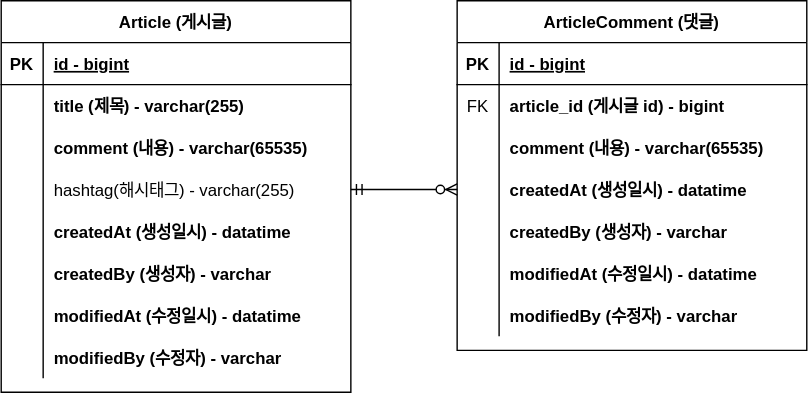
taehyeon0/board keeps this draw.io diagram as document/project-board-erd.svg. Above is the earlier version. Source tidied: cells renumbered, new cells last; positions are measured from the earlier drawing's top-left corner, leaving out a move shared by most shapes.
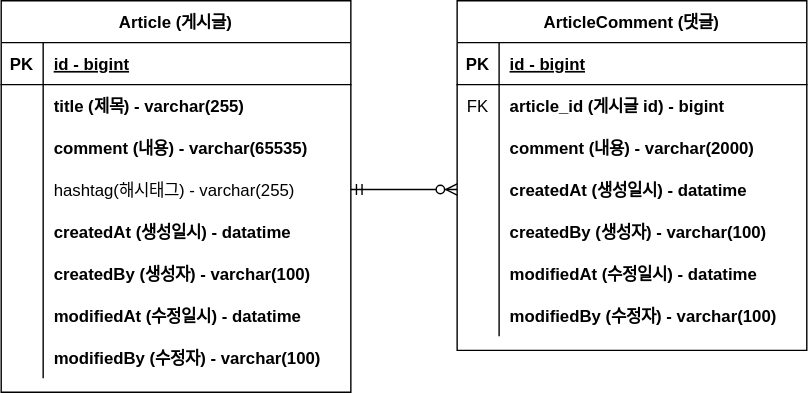
The same file after the commit.

Diff of the diagram source:
```diff
@@ -56,7 +56,7 @@
     <mxCell id="19" style="shape=partialRectangle;overflow=hidden;fillColor=none;top=0;left=0;bottom=0;right=0;" parent="18" vertex="1">
       <mxGeometry width="30" height="30" as="geometry" />
     </mxCell>
-    <mxCell id="20" value="createdBy (생성자) - varchar" style="shape=partialRectangle;overflow=hidden;fillColor=none;top=0;left=0;bottom=0;right=0;align=left;spacingLeft=6;fontStyle=1;" parent="18" vertex="1">
+    <mxCell id="20" value="createdBy (생성자) - varchar(100)" style="shape=partialRectangle;overflow=hidden;fillColor=none;top=0;left=0;bottom=0;right=0;align=left;spacingLeft=6;fontStyle=1;" parent="18" vertex="1">
       <mxGeometry x="30" width="220" height="30" as="geometry" />
     </mxCell>
     <mxCell id="21" style="shape=partialRectangle;fillColor=none;top=0;left=0;right=0;bottom=0;" parent="2" vertex="1">
@@ -74,7 +74,7 @@
     <mxCell id="25" style="shape=partialRectangle;overflow=hidden;fillColor=none;top=0;left=0;bottom=0;right=0;" parent="24" vertex="1">
       <mxGeometry width="30" height="30" as="geometry" />
     </mxCell>
-    <mxCell id="26" value="modifiedBy (수정자) - varchar" style="shape=partialRectangle;overflow=hidden;fillColor=none;top=0;left=0;bottom=0;right=0;align=left;spacingLeft=6;fontStyle=1;" parent="24" vertex="1">
+    <mxCell id="26" value="modifiedBy (수정자) - varchar(100)" style="shape=partialRectangle;overflow=hidden;fillColor=none;top=0;left=0;bottom=0;right=0;align=left;spacingLeft=6;fontStyle=1;" parent="24" vertex="1">
       <mxGeometry x="30" width="220" height="30" as="geometry" />
     </mxCell>
     <mxCell id="27" value="ArticleComment (댓글)" style="shape=table;startSize=30;rowLines=0;fontStyle=1;align=center;" parent="1" vertex="1">
@@ -104,7 +104,7 @@
     <mxCell id="35" style="shape=partialRectangle;overflow=hidden;fillColor=none;top=0;left=0;bottom=0;right=0;" parent="34" vertex="1">
       <mxGeometry width="30" height="30" as="geometry" />
     </mxCell>
-    <mxCell id="36" value="comment (내용) - varchar(65535)" style="shape=partialRectangle;overflow=hidden;fillColor=none;top=0;left=0;bottom=0;right=0;align=left;spacingLeft=6;fontStyle=1;" parent="34" vertex="1">
+    <mxCell id="36" value="comment (내용) - varchar(2000)" style="shape=partialRectangle;overflow=hidden;fillColor=none;top=0;left=0;bottom=0;right=0;align=left;spacingLeft=6;fontStyle=1;" parent="34" vertex="1">
       <mxGeometry x="30" width="220" height="30" as="geometry" />
     </mxCell>
     <mxCell id="37" style="shape=partialRectangle;fillColor=none;points=[[0,0.5],[1,0.5]];portConstraint=eastwest;top=0;left=0;right=0;bottom=0;" parent="27" vertex="1">
@@ -122,7 +122,7 @@
     <mxCell id="41" style="shape=partialRectangle;overflow=hidden;fillColor=none;top=0;left=0;bottom=0;right=0;" parent="40" vertex="1">
       <mxGeometry width="30" height="30" as="geometry" />
     </mxCell>
-    <mxCell id="42" value="createdBy (생성자) - varchar" style="shape=partialRectangle;overflow=hidden;fillColor=none;top=0;left=0;bottom=0;right=0;align=left;spacingLeft=6;fontStyle=1;" parent="40" vertex="1">
+    <mxCell id="42" value="createdBy (생성자) - varchar(100)" style="shape=partialRectangle;overflow=hidden;fillColor=none;top=0;left=0;bottom=0;right=0;align=left;spacingLeft=6;fontStyle=1;" parent="40" vertex="1">
       <mxGeometry x="30" width="220" height="30" as="geometry" />
     </mxCell>
     <mxCell id="43" style="shape=partialRectangle;fillColor=none;top=0;left=0;right=0;bottom=0;" parent="27" vertex="1">
@@ -140,7 +140,7 @@
     <mxCell id="47" style="shape=partialRectangle;overflow=hidden;fillColor=none;top=0;left=0;bottom=0;right=0;" parent="46" vertex="1">
       <mxGeometry width="30" height="30" as="geometry" />
     </mxCell>
-    <mxCell id="48" value="modifiedBy (수정자) - varchar" style="shape=partialRectangle;overflow=hidden;fillColor=none;top=0;left=0;bottom=0;right=0;align=left;spacingLeft=6;fontStyle=1;" parent="46" vertex="1">
+    <mxCell id="48" value="modifiedBy (수정자) - varchar(100)" style="shape=partialRectangle;overflow=hidden;fillColor=none;top=0;left=0;bottom=0;right=0;align=left;spacingLeft=6;fontStyle=1;" parent="46" vertex="1">
       <mxGeometry x="30" width="220" height="30" as="geometry" />
     </mxCell>
     <mxCell id="49" style="edgeStyle=entityRelationEdgeStyle;fontSize=12;html=1;endArrow=ERzeroToMany;startArrow=ERmandOne;rounded=0;entryX=0;entryY=0.5;entryDx=0;entryDy=0;exitX=1;exitY=0.5;exitDx=0;exitDy=0;" parent="1" edge="1" source="12" target="37">
```
